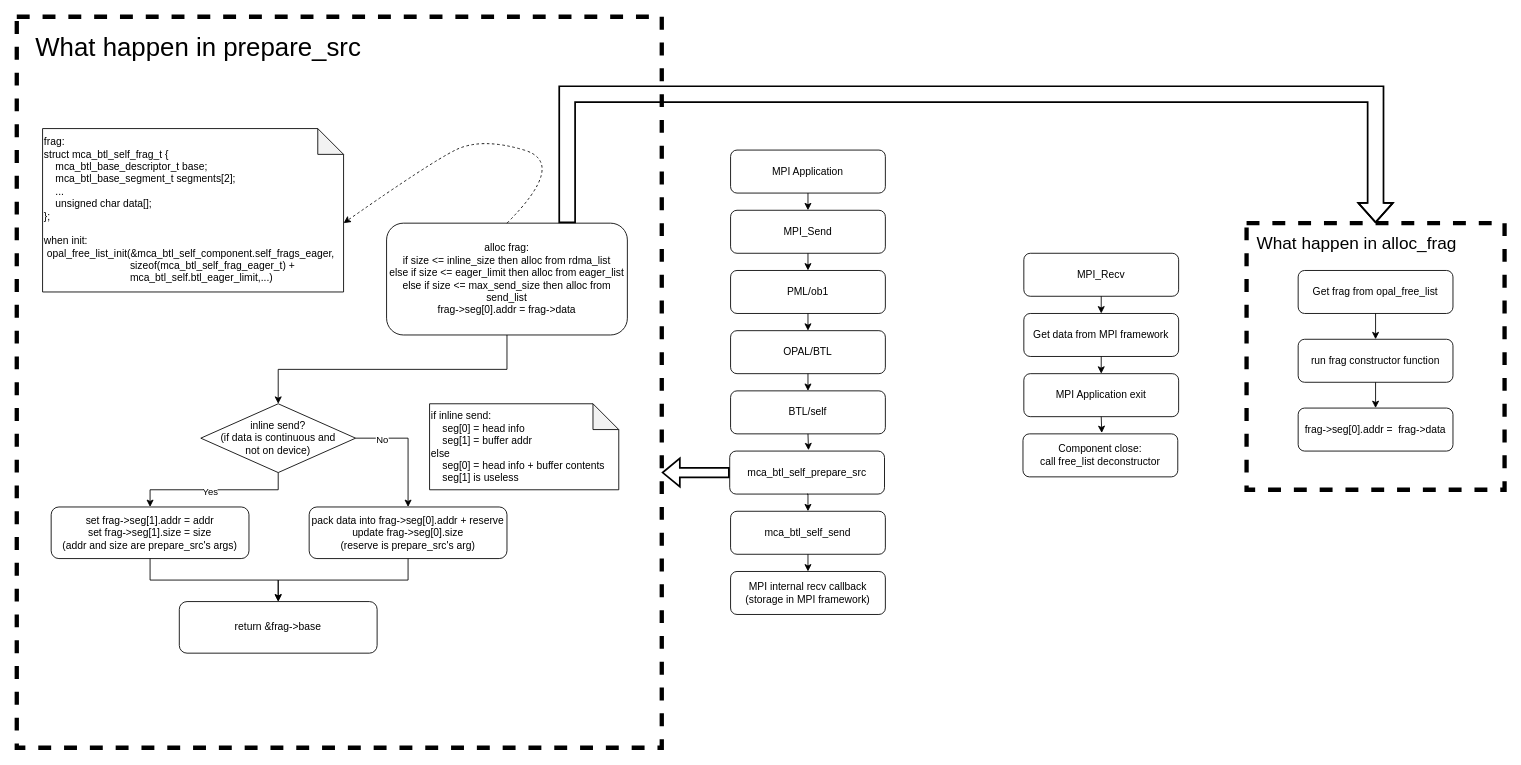
The draw.io diagram ompi/btl-self-send-flow.drawio in Troyself/img-design-draw-io, before the edit. Source tidied: cells renumbered, new cells numbered last; positions are measured from the earlier drawing's top-left corner, leaving out a move shared by most shapes. Both pictures are drawn from the tidied source at 86%, with x=0, y=0 at pixel (16, 16).
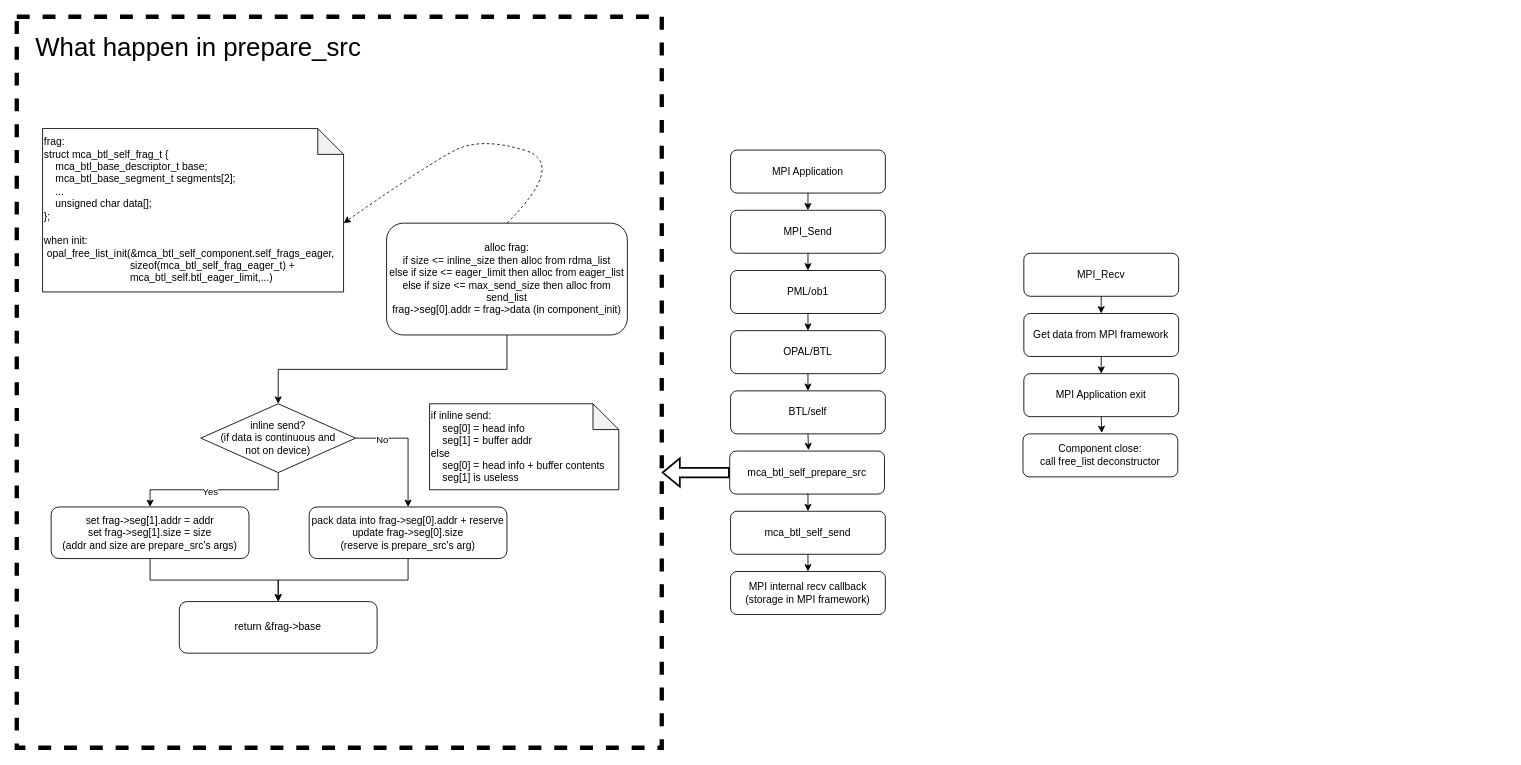
Above is the later version.

The edit, as a diff of the source:
```diff
@@
-    <mxCell id="2" style="rounded=0;whiteSpace=wrap;html=1;fillColor=none;dashed=1;strokeWidth=5;" parent="1" vertex="1">
-      <mxGeometry x="1430" y="240" width="300" height="310" as="geometry" />
-    </mxCell>
@@
-    <mxCell id="28" value="alloc frag:&lt;div&gt;&lt;span style=&quot;background-color: transparent; color: light-dark(rgb(0, 0, 0), rgb(255, 255, 255));&quot;&gt;if size &amp;lt;= inline_size then alloc from rdma_list&lt;/span&gt;&lt;/div&gt;&lt;div&gt;&lt;span style=&quot;background-color: transparent; color: light-dark(rgb(0, 0, 0), rgb(255, 255, 255));&quot;&gt;else if size &amp;lt;= eager_limit then alloc from eager_list&lt;/span&gt;&lt;/div&gt;&lt;div&gt;&lt;span style=&quot;background-color: transparent; color: light-dark(rgb(0, 0, 0), rgb(255, 255, 255));&quot;&gt;else if size &amp;lt;= max_send_size then alloc from send_list&lt;/span&gt;&lt;/div&gt;&lt;div&gt;&lt;span style=&quot;background-color: transparent; color: light-dark(rgb(0, 0, 0), rgb(255, 255, 255));&quot;&gt;frag-&amp;gt;seg[0].addr = frag-&amp;gt;data&lt;/span&gt;&lt;/div&gt;" style="rounded=1;whiteSpace=wrap;html=1;fillColor=none;" parent="1" vertex="1">
+    <mxCell id="28" value="alloc frag:&lt;div&gt;&lt;span style=&quot;background-color: transparent; color: light-dark(rgb(0, 0, 0), rgb(255, 255, 255));&quot;&gt;if size &amp;lt;= inline_size then alloc from rdma_list&lt;/span&gt;&lt;/div&gt;&lt;div&gt;&lt;span style=&quot;background-color: transparent; color: light-dark(rgb(0, 0, 0), rgb(255, 255, 255));&quot;&gt;else if size &amp;lt;= eager_limit then alloc from eager_list&lt;/span&gt;&lt;/div&gt;&lt;div&gt;&lt;span style=&quot;background-color: transparent; color: light-dark(rgb(0, 0, 0), rgb(255, 255, 255));&quot;&gt;else if size &amp;lt;= max_send_size then alloc from send_list&lt;/span&gt;&lt;/div&gt;&lt;div&gt;&lt;span style=&quot;background-color: transparent; color: light-dark(rgb(0, 0, 0), rgb(255, 255, 255));&quot;&gt;frag-&amp;gt;seg[0].addr = frag-&amp;gt;data (in component_init)&lt;/span&gt;&lt;/div&gt;" style="rounded=1;whiteSpace=wrap;html=1;fillColor=none;" parent="1" vertex="1">
       <mxGeometry x="430" y="240" width="280" height="130" as="geometry" />
     </mxCell>
@@
-    <mxCell id="43" style="edgeStyle=orthogonalEdgeStyle;rounded=0;jettySize=auto;html=1;exitX=0.5;exitY=1;exitDx=0;exitDy=0;entryX=0.5;entryY=0;entryDx=0;entryDy=0;" parent="1" edge="1" source="44" target="46">
-      <mxGeometry relative="1" as="geometry" />
-    </mxCell>
-    <mxCell id="44" value="Get frag from opal_free_list" style="rounded=1;whiteSpace=wrap;html=1;fillColor=none;" parent="1" vertex="1">
-      <mxGeometry x="1490" y="295" width="180" height="50" as="geometry" />
-    </mxCell>
-    <mxCell id="45" style="edgeStyle=orthogonalEdgeStyle;rounded=0;jettySize=auto;html=1;exitX=0.5;exitY=1;exitDx=0;exitDy=0;entryX=0.5;entryY=0;entryDx=0;entryDy=0;" parent="1" edge="1" source="46" target="47">
-      <mxGeometry relative="1" as="geometry" />
-    </mxCell>
-    <mxCell id="46" value="run frag constructor function" style="rounded=1;whiteSpace=wrap;html=1;fillColor=none;" parent="1" vertex="1">
-      <mxGeometry x="1490" y="375" width="180" height="50" as="geometry" />
-    </mxCell>
-    <mxCell id="47" value="&lt;div style=&quot;text-align: left;&quot;&gt;frag-&amp;gt;seg[0].addr =&amp;nbsp; frag-&amp;gt;data&lt;/div&gt;" style="rounded=1;whiteSpace=wrap;html=1;fillColor=none;" parent="1" vertex="1">
-      <mxGeometry x="1490" y="455" width="180" height="50" as="geometry" />
-    </mxCell>
-    <mxCell id="48" value="&lt;font style=&quot;font-size: 20px;&quot;&gt;What happen in alloc_frag&lt;/font&gt;" style="text;html=1;align=left;verticalAlign=middle;whiteSpace=wrap;rounded=0;fontSize=30;" parent="1" vertex="1">
-      <mxGeometry x="1440" y="245" width="250" height="30" as="geometry" />
-    </mxCell>
-    <mxCell id="49" style="shape=flexArrow;endArrow=classic;html=1;rounded=0;exitX=0.75;exitY=0;exitDx=0;exitDy=0;entryX=0.5;entryY=0;entryDx=0;entryDy=0;width=17.435897435897438;endSize=6.8820512820512825;strokeWidth=2;" parent="1" edge="1" source="28" target="2">
-      <mxGeometry relative="1" as="geometry">
-        <Array as="points">
-          <mxPoint x="640" y="90" />
-          <mxPoint x="1580" y="90" />
-        </Array>
-      </mxGeometry>
-    </mxCell>
```
